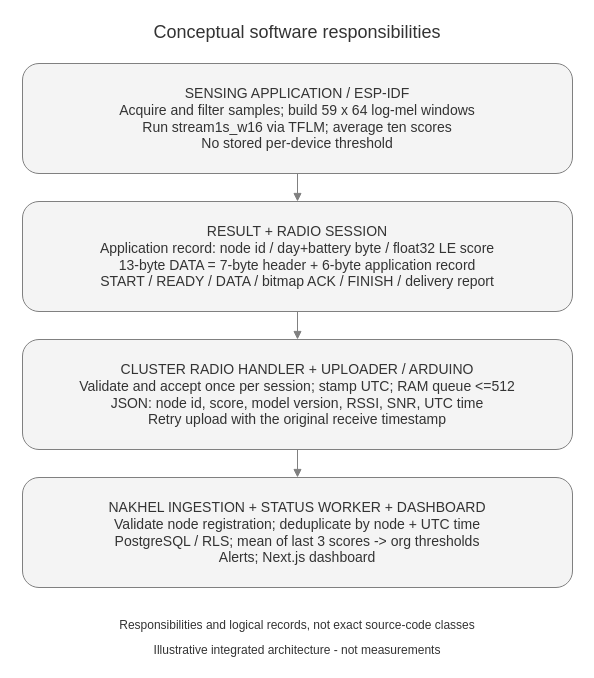
Above: page "Class Architecture (Conceptual)" (4 of 8) of output/diagrams/Senior_Design_Section4_EdgeML.drawio.xml in Battikhah/senior-design-report (draw.io), before the change. Source tidied: cells renumbered, new cells numbered last; positions are measured from the earlier drawing's top-left corner, leaving out a move shared by most shapes. Both pictures are drawn from the tidied source at 100%, with x=0, y=0 at pixel (17, 17).
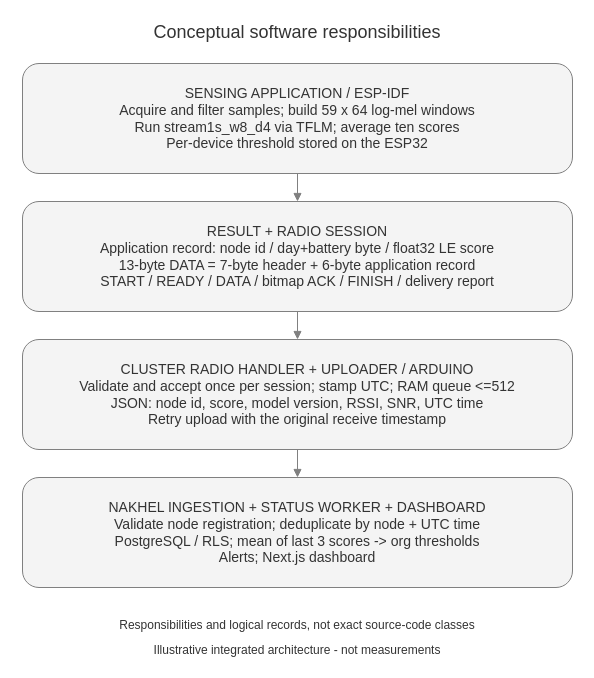
The same diagram, later.

Diff of the diagram source:
```diff
@@
 <mxGraphModel>
   <root>
     <mxCell id="0" />
     <mxCell id="1" parent="0" />
     <mxCell id="2" value="Conceptual software responsibilities" style="rounded=1;whiteSpace=wrap;html=1;fontSize=18;fontColor=#333333;strokeColor=#808080;fillColor=#F4F4F4;align=center;verticalAlign=middle;strokeColor=none;fillColor=none;" parent="1" vertex="1">
       <mxGeometry width="560" height="30" as="geometry" />
     </mxCell>
     <mxCell id="3" value="Illustrative integrated architecture - not measurements" style="rounded=1;whiteSpace=wrap;html=1;fontSize=12;fontColor=#333333;strokeColor=#808080;fillColor=#F4F4F4;align=center;verticalAlign=middle;strokeColor=none;fillColor=none;" parent="1" vertex="1">
       <mxGeometry y="622" width="560" height="22" as="geometry" />
     </mxCell>
-    <mxCell id="4" value="SENSING APPLICATION / ESP-IDF&lt;br&gt;Acquire and filter samples; build 59 x 64 log-mel windows&lt;br&gt;Run stream1s_w16 via TFLM; average ten scores&lt;br&gt;No stored per-device threshold" style="rounded=1;whiteSpace=wrap;html=1;fontSize=14;fontColor=#333333;strokeColor=#808080;fillColor=#F4F4F4;align=center;verticalAlign=middle;" parent="1" vertex="1">
+    <mxCell id="4" value="SENSING APPLICATION / ESP-IDF&lt;br&gt;Acquire and filter samples; build 59 x 64 log-mel windows&lt;br&gt;Run stream1s_w8_d4 via TFLM; average ten scores&lt;br&gt;Per-device threshold stored on the ESP32" style="rounded=1;whiteSpace=wrap;html=1;fontSize=14;fontColor=#333333;strokeColor=#808080;fillColor=#F4F4F4;align=center;verticalAlign=middle;" parent="1" vertex="1">
       <mxGeometry x="5" y="46" width="550" height="110" as="geometry" />
     </mxCell>
     <mxCell id="5" value="RESULT + RADIO SESSION&lt;br&gt;Application record: node id / day+battery byte / float32 LE score&lt;br&gt;13-byte DATA = 7-byte header + 6-byte application record&lt;br&gt;START / READY / DATA / bitmap ACK / FINISH / delivery report" style="rounded=1;whiteSpace=wrap;html=1;fontSize=14;fontColor=#333333;strokeColor=#808080;fillColor=#F4F4F4;align=center;verticalAlign=middle;" parent="1" vertex="1">
       <mxGeometry x="5" y="184" width="550" height="110" as="geometry" />
     </mxCell>
     <mxCell id="6" style="edgeStyle=orthogonalEdgeStyle;rounded=0;html=1;endArrow=block;strokeColor=#808080;fontColor=#333333;fontSize=12;labelBackgroundColor=#FFFFFF;exitX=0.5;exitY=1;entryX=0.5;entryY=0;" parent="1" edge="1" source="4" target="5">
       <mxGeometry relative="1" as="geometry" />
     </mxCell>
     <mxCell id="7" value="CLUSTER RADIO HANDLER + UPLOADER / ARDUINO&lt;br&gt;Validate and accept once per session; stamp UTC; RAM queue &lt;=512&lt;br&gt;JSON: node id, score, model version, RSSI, SNR, UTC time&lt;br&gt;Retry upload with the original receive timestamp" style="rounded=1;whiteSpace=wrap;html=1;fontSize=14;fontColor=#333333;strokeColor=#808080;fillColor=#F4F4F4;align=center;verticalAlign=middle;" parent="1" vertex="1">
       <mxGeometry x="5" y="322" width="550" height="110" as="geometry" />
     </mxCell>
     <mxCell id="8" style="edgeStyle=orthogonalEdgeStyle;rounded=0;html=1;endArrow=block;strokeColor=#808080;fontColor=#333333;fontSize=12;labelBackgroundColor=#FFFFFF;exitX=0.5;exitY=1;entryX=0.5;entryY=0;" parent="1" edge="1" source="5" target="7">
       <mxGeometry relative="1" as="geometry" />
     </mxCell>
     <mxCell id="9" value="NAKHEL INGESTION + STATUS WORKER + DASHBOARD&lt;br&gt;Validate node registration; deduplicate by node + UTC time&lt;br&gt;PostgreSQL / RLS; mean of last 3 scores -&gt; org thresholds&lt;br&gt;Alerts; Next.js dashboard" style="rounded=1;whiteSpace=wrap;html=1;fontSize=14;fontColor=#333333;strokeColor=#808080;fillColor=#F4F4F4;align=center;verticalAlign=middle;" parent="1" vertex="1">
       <mxGeometry x="5" y="460" width="550" height="110" as="geometry" />
     </mxCell>
     <mxCell id="10" style="edgeStyle=orthogonalEdgeStyle;rounded=0;html=1;endArrow=block;strokeColor=#808080;fontColor=#333333;fontSize=12;labelBackgroundColor=#FFFFFF;exitX=0.5;exitY=1;entryX=0.5;entryY=0;" parent="1" edge="1" source="7" target="9">
       <mxGeometry relative="1" as="geometry" />
     </mxCell>
     <mxCell id="11" value="Responsibilities and logical records, not exact source-code classes" style="rounded=1;whiteSpace=wrap;html=1;fontSize=12;fontColor=#333333;strokeColor=#808080;fillColor=#F4F4F4;align=center;verticalAlign=middle;strokeColor=none;fillColor=none;" parent="1" vertex="1">
       <mxGeometry x="5" y="598" width="550" height="20" as="geometry" />
     </mxCell>
   </root>
 </mxGraphModel>
```
